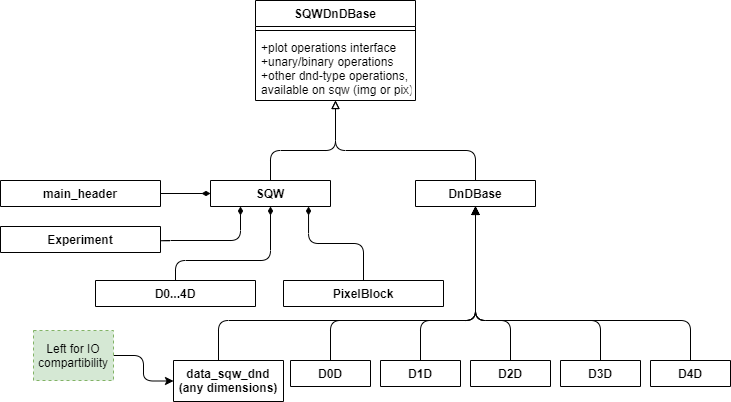
The draw.io diagram documentation/diagrams/sqw-dnd.png in pace-neutrons/Horace, before a commit. Source tidied: cells renumbered, new cells last; positions are measured from the earlier drawing's top-left corner, leaving out a move shared by most shapes.
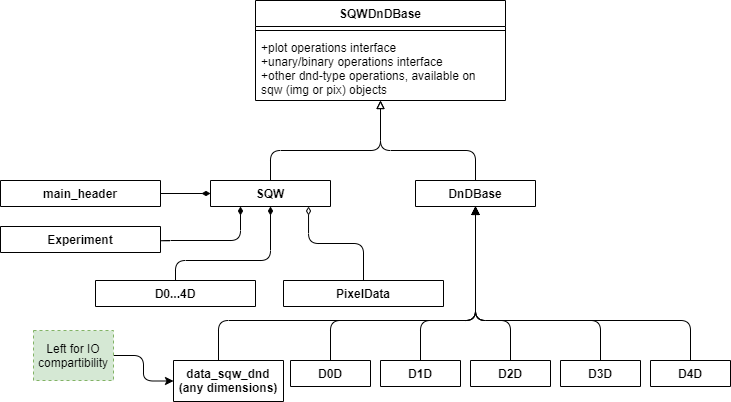
Later version of the same file.

The edit, as a diff of the source:
```diff
@@ -68,7 +68,7 @@
         </Array>
       </mxGeometry>
     </mxCell>
-    <mxCell id="11" style="edgeStyle=elbowEdgeStyle;elbow=vertical;endArrow=diamondThin;html=1;entryX=0.817;entryY=1;entryDx=0;entryDy=0;endFill=1;exitX=0.5;exitY=0;exitDx=0;exitDy=0;entryPerimeter=0;" parent="1" edge="1" source="15" target="13">
+    <mxCell id="11" style="edgeStyle=elbowEdgeStyle;elbow=vertical;endArrow=diamondThin;html=1;entryX=0.817;entryY=1;entryDx=0;entryDy=0;endFill=0;exitX=0.5;exitY=0;exitDx=0;exitDy=0;entryPerimeter=0;" parent="1" edge="1" source="15" target="13">
       <mxGeometry relative="1" as="geometry" />
     </mxCell>
     <mxCell id="12" style="edgeStyle=elbowEdgeStyle;elbow=vertical;endArrow=block;html=1;exitX=0.5;exitY=0;exitDx=0;exitDy=0;entryX=0.5;entryY=1;entryDx=0;entryDy=0;endFill=0;" parent="1" edge="1" source="17" target="24">
@@ -85,7 +85,7 @@
     <mxCell id="14" value="D0...4D" style="swimlane;fontStyle=1;align=center;verticalAlign=top;horizontal=1;startSize=26;" parent="1" vertex="1" collapsed="1">
       <mxGeometry x="95" y="280" width="160" height="26" as="geometry" />
     </mxCell>
-    <mxCell id="15" value="PixelBlock" style="swimlane;fontStyle=1;align=center;verticalAlign=top;horizontal=1;startSize=26;" parent="1" vertex="1" collapsed="1">
+    <mxCell id="15" value="PixelData" style="swimlane;fontStyle=1;align=center;verticalAlign=top;horizontal=1;startSize=26;" parent="1" vertex="1" collapsed="1">
       <mxGeometry x="283" y="280" width="160" height="26" as="geometry" />
     </mxCell>
     <mxCell id="16" value="main_header" style="swimlane;fontStyle=1;align=center;verticalAlign=top;horizontal=1;startSize=26;" parent="1" vertex="1" collapsed="1">
@@ -113,13 +113,13 @@
       <mxGeometry y="226" width="160" height="26" as="geometry" />
     </mxCell>
     <mxCell id="24" value="SQWDnDBase" style="swimlane;fontStyle=1;align=center;verticalAlign=top;horizontal=1;startSize=26;" parent="1" vertex="1">
-      <mxGeometry x="255" width="160" height="100" as="geometry" />
+      <mxGeometry x="255" width="250" height="100" as="geometry" />
     </mxCell>
     <mxCell id="25" style="line;strokeWidth=1;fillColor=none;align=left;verticalAlign=middle;spacingTop=-1;spacingLeft=3;spacingRight=3;labelPosition=right;" parent="24" vertex="1">
-      <mxGeometry y="26" width="160" height="8" as="geometry" />
+      <mxGeometry y="26" width="250" height="8" as="geometry" />
     </mxCell>
-    <mxCell id="26" value="+plot operations interface&#10;+unary/binary operations&#10;+other dnd-type operations,&#10;available on sqw (img or pix) " style="text;strokeColor=none;fillColor=none;align=left;verticalAlign=top;spacingLeft=4;spacingRight=4;overflow=hidden;" parent="24" vertex="1">
-      <mxGeometry y="34" width="160" height="66" as="geometry" />
+    <mxCell id="26" value="+plot operations interface&#10;+unary/binary operations interface&#10;+other dnd-type operations, available on &#10;sqw (img or pix) objects" style="text;strokeColor=none;fillColor=none;align=left;verticalAlign=top;spacingLeft=4;spacingRight=4;overflow=hidden;" parent="24" vertex="1">
+      <mxGeometry y="34" width="250" height="66" as="geometry" />
     </mxCell>
     <mxCell id="27" style="edgeStyle=orthogonalEdgeStyle;rounded=1;jettySize=auto;html=1;entryX=0.5;entryY=1;entryDx=0;entryDy=0;" parent="1" edge="1" source="28" target="17">
       <mxGeometry relative="1" as="geometry">
```
